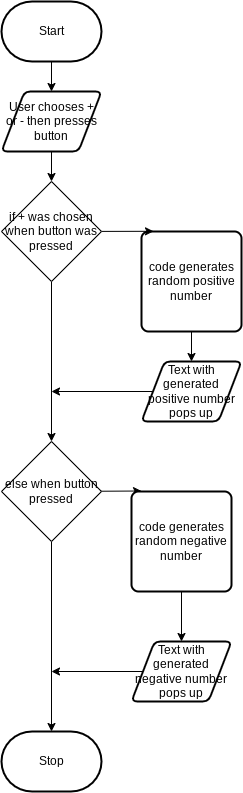
Earlier version of the draw.io export design/flow-chart.png (ashley-monaghan/ICS2OR-Unit-5-02). Source tidied: cells renumbered, new cells last; positions are measured from the earlier drawing's top-left corner, leaving out a move shared by most shapes.
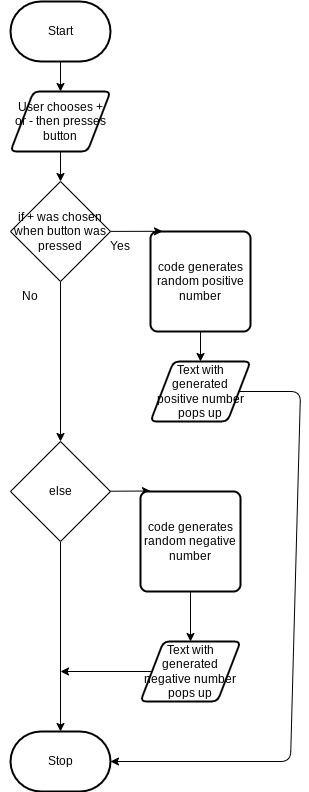
After the change.

Commit message:
updated flow chart

The edit, as a diff of the source:
```diff
@@ -32,11 +32,14 @@
     <mxCell id="11" value="if + was chosen when button was pressed" style="rhombus;whiteSpace=wrap;html=1;" parent="1" vertex="1">
       <mxGeometry y="180" width="100" height="100" as="geometry" />
     </mxCell>
-    <mxCell id="12" style="edgeStyle=none;html=1;" parent="1" edge="1" source="13">
-      <mxGeometry relative="1" as="geometry">
-        <mxPoint x="50" y="390" as="targetPoint" />
-      </mxGeometry>
-    </mxCell>
+    <mxCell id="21" style="edgeStyle=none;html=1;entryX=1;entryY=0.5;entryDx=0;entryDy=0;entryPerimeter=0;" parent="1" edge="1" source="13" target="8">
+      <mxGeometry relative="1" as="geometry">
+        <Array as="points">
+          <mxPoint x="290" y="390" />
+          <mxPoint x="280" y="760" />
+        </Array>
+      </mxGeometry>
+    </mxCell>
     <mxCell id="13" value="Text with generated positive number pops up" style="shape=parallelogram;html=1;strokeWidth=2;perimeter=parallelogramPerimeter;whiteSpace=wrap;rounded=1;arcSize=12;size=0.23;" parent="1" vertex="1">
       <mxGeometry x="140" y="360" width="100" height="60" as="geometry" />
     </mxCell>
@@ -46,7 +49,7 @@
     <mxCell id="15" style="edgeStyle=none;html=1;" parent="1" edge="1" source="16" target="8">
       <mxGeometry relative="1" as="geometry" />
     </mxCell>
-    <mxCell id="16" value="else when button pressed" style="rhombus;whiteSpace=wrap;html=1;" parent="1" vertex="1">
+    <mxCell id="16" value="else" style="rhombus;whiteSpace=wrap;html=1;" parent="1" vertex="1">
       <mxGeometry y="440" width="100" height="100" as="geometry" />
     </mxCell>
     <mxCell id="17" style="edgeStyle=none;html=1;entryX=0.5;entryY=0;entryDx=0;entryDy=0;" parent="1" edge="1" source="18" target="20">
@@ -63,5 +66,11 @@
     <mxCell id="20" value="Text with generated negative number pops up" style="shape=parallelogram;html=1;strokeWidth=2;perimeter=parallelogramPerimeter;whiteSpace=wrap;rounded=1;arcSize=12;size=0.23;" parent="1" vertex="1">
       <mxGeometry x="130" y="640" width="100" height="60" as="geometry" />
     </mxCell>
+    <mxCell id="22" value="Yes" style="text;html=1;strokeColor=none;fillColor=none;align=center;verticalAlign=middle;whiteSpace=wrap;rounded=0;" parent="1" vertex="1">
+      <mxGeometry x="80" y="230" width="60" height="30" as="geometry" />
+    </mxCell>
+    <mxCell id="23" value="No" style="text;html=1;strokeColor=none;fillColor=none;align=center;verticalAlign=middle;whiteSpace=wrap;rounded=0;" parent="1" vertex="1">
+      <mxGeometry x="-10" y="280" width="60" height="30" as="geometry" />
+    </mxCell>
   </root>
 </mxGraphModel>
```
